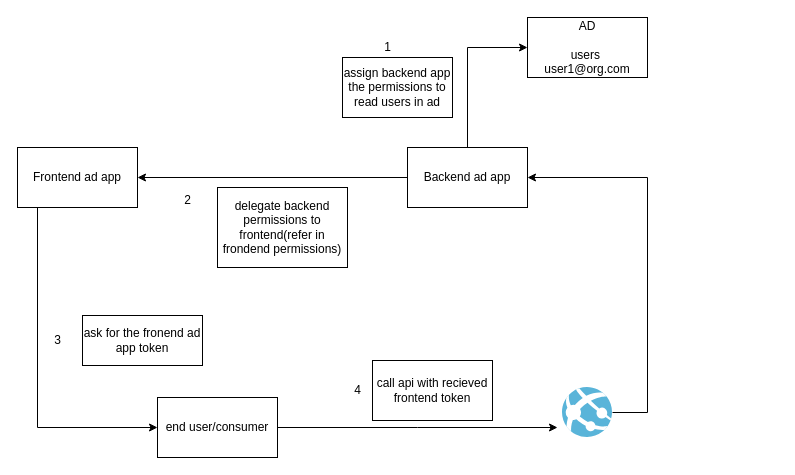
heshanjayasinghe/DotNet9CleanCode keeps this draw.io diagram as azureAuth.drawio. Above is the earlier version. Source tidied: cells renumbered, new cells numbered last; positions are measured from the earlier drawing's top-left corner, leaving out a move shared by most shapes. Both pictures are drawn from the tidied source at 100%, with x=0, y=0 at pixel (17, 17).
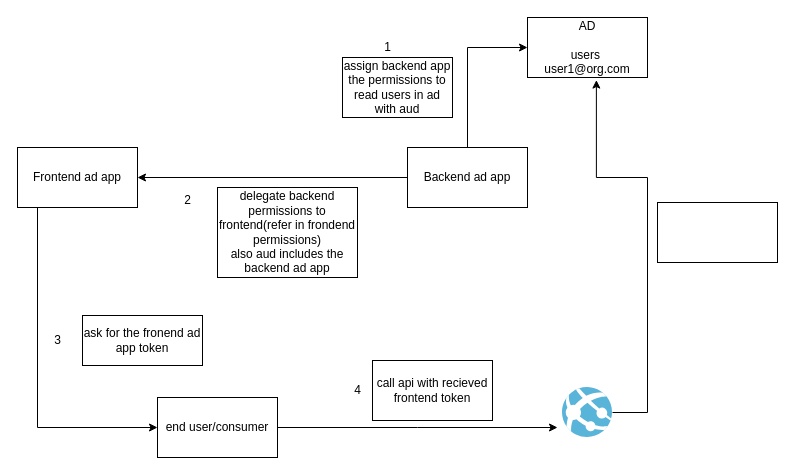
Above is the later version.

Commit message (it also covers changes not shown here):
app insights configured

The change refers to these unchanged cells:
```xml
<mxCell id="4" value="Backend ad app" style="rounded=0;whiteSpace=wrap;html=1;" parent="1" vertex="1">
  <mxGeometry x="390" y="130" width="120" height="60" as="geometry" />
</mxCell>
<mxCell id="7" value="AD&lt;br&gt;&lt;br&gt;users&amp;nbsp;&lt;br&gt;user1@org.com" style="rounded=0;whiteSpace=wrap;html=1;" parent="1" vertex="1">
  <mxGeometry x="510" width="120" height="60" as="geometry" />
</mxCell>
<mxCell id="17" style="image;sketch=0;html=1;points=[];align=center;fontSize=12;image=img/lib/mscae/App_Services.svg;" parent="1" vertex="1">
  <mxGeometry x="545" y="370" width="50" height="50" as="geometry" />
</mxCell>
```

Diff of the diagram source:
```diff
@@
-    <mxCell id="8" value="assign backend app the permissions to read users in ad" style="rounded=0;whiteSpace=wrap;html=1;" parent="1" vertex="1">
+    <mxCell id="8" value="assign backend app the permissions to read users in ad with aud" style="rounded=0;whiteSpace=wrap;html=1;" parent="1" vertex="1">
       <mxGeometry x="325" y="40" width="110" height="60" as="geometry" />
     </mxCell>
@@
-    <mxCell id="10" value="delegate backend permissions to frontend(refer in frondend permissions)" style="rounded=0;whiteSpace=wrap;html=1;" parent="1" vertex="1">
-      <mxGeometry x="200" y="170" width="130" height="80" as="geometry" />
+    <mxCell id="10" value="delegate backend permissions to frontend(refer in frondend permissions)&lt;br&gt;also aud includes the backend ad app" style="rounded=0;whiteSpace=wrap;html=1;" parent="1" vertex="1">
+      <mxGeometry x="200" y="170" width="140" height="90" as="geometry" />
     </mxCell>
@@
-    <mxCell id="16" style="edgeStyle=orthogonalEdgeStyle;rounded=0;jettySize=auto;html=1;entryX=1;entryY=0.5;entryDx=0;entryDy=0;" parent="1" edge="1" source="17" target="4">
+    <mxCell id="16" style="edgeStyle=orthogonalEdgeStyle;rounded=0;jettySize=auto;html=1;entryX=0.574;entryY=1.043;entryDx=0;entryDy=0;entryPerimeter=0;" parent="1" edge="1" source="17" target="7">
       <mxGeometry relative="1" as="geometry">
         <Array as="points">
           <mxPoint x="630" y="395" />
           <mxPoint x="630" y="160" />
+          <mxPoint x="579" y="160" />
         </Array>
       </mxGeometry>
     </mxCell>
@@
+    <mxCell id="20" style="rounded=0;whiteSpace=wrap;html=1;" parent="1" vertex="1">
+      <mxGeometry x="640" y="185" width="120" height="60" as="geometry" />
+    </mxCell>
```
